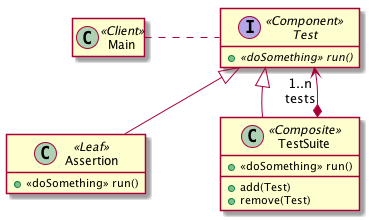
Before: structure/composite/uml/_example.png, a diagram exported from PlantUML (ace-lectures/pattern-repository).
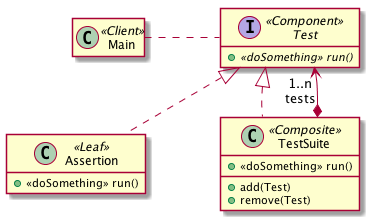
The same diagram one commit later.

Change to the diagram source:
```diff
@@ -15,7 +15,7 @@
 class Assertion <<Leaf>> {
   + <<doSomething>> run()
 }
-Test <|-- Assertion
+Test <|.. Assertion
 
 class TestSuite <<Composite>> {
   + <<doSomething>> run()
@@ -23,7 +23,7 @@
   + add(Test)
   + remove(Test)
 }
-Test <|-- TestSuite
+Test <|.. TestSuite
 TestSuite *--> "1..n\ntests" Test
 
 @enduml
```
